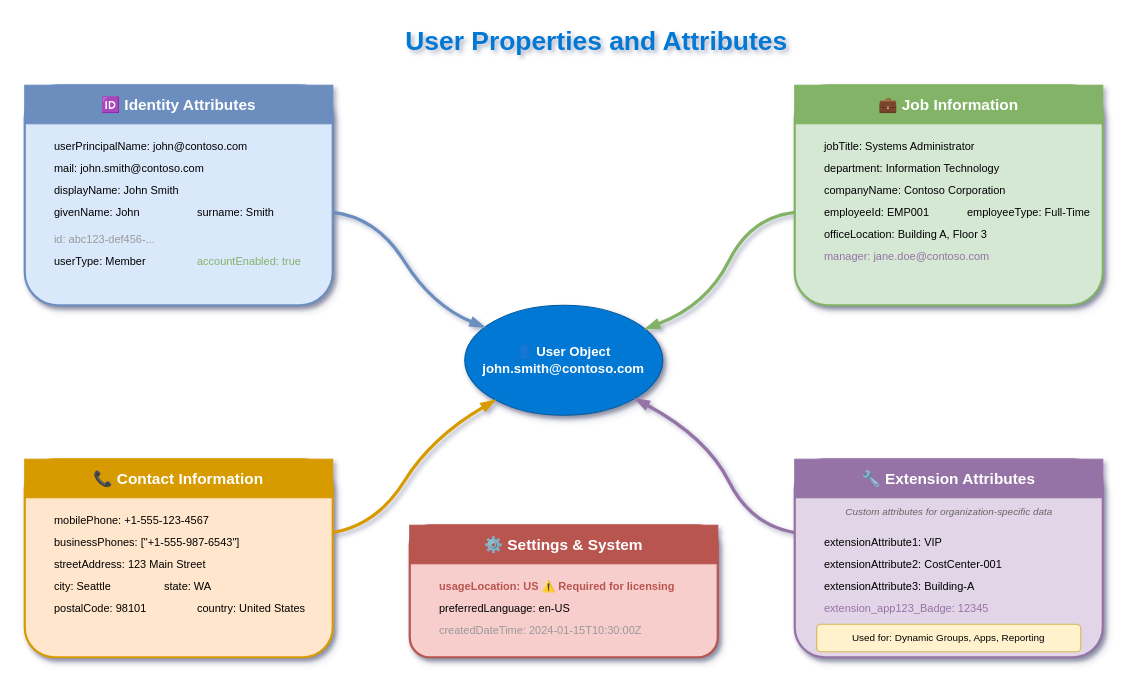
Earlier version of the draw.io diagram lesson-03-user-management/3.3-user-properties/diagram.drawio (MrParkerZ7/document-lesson-ad-entra-x-claude). Source tidied: cells renumbered, new cells numbered last; positions are measured from the earlier drawing's top-left corner, leaving out a move shared by most shapes. Both pictures are drawn from the tidied source at 110%, with x=0, y=0 at pixel (24, 19).
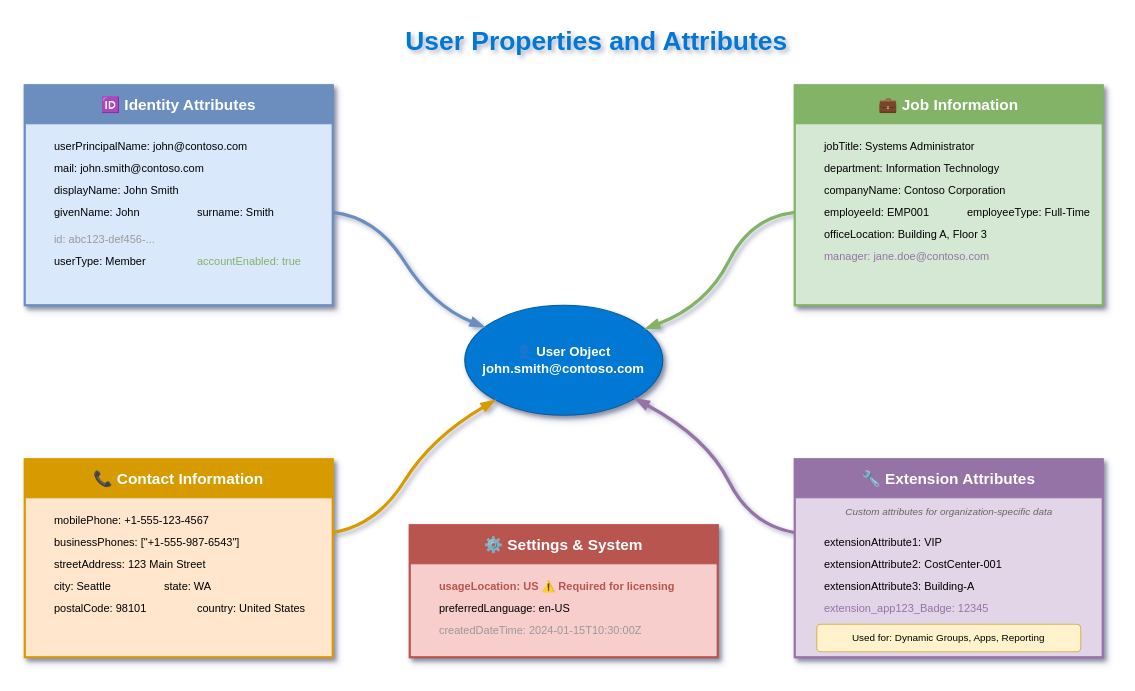
Above is the later version.

Diff of the diagram source:
```diff
@@
-    <mxCell id="4" style="rounded=1;whiteSpace=wrap;html=1;fillColor=#dae8fc;strokeColor=#6c8ebf;strokeWidth=2;shadow=1;" parent="1" vertex="1">
+    <mxCell id="4" style="rounded=0;whiteSpace=wrap;html=1;fillColor=#dae8fc;strokeColor=#6c8ebf;strokeWidth=2;shadow=1;" parent="1" vertex="1">
       <mxGeometry y="60" width="280" height="200" as="geometry" />
     </mxCell>
@@
-    <mxCell id="15" style="rounded=1;whiteSpace=wrap;html=1;fillColor=#d5e8d4;strokeColor=#82b366;strokeWidth=2;shadow=1;" parent="1" vertex="1">
+    <mxCell id="15" style="rounded=0;whiteSpace=wrap;html=1;fillColor=#d5e8d4;strokeColor=#82b366;strokeWidth=2;shadow=1;" parent="1" vertex="1">
       <mxGeometry x="700" y="60" width="280" height="200" as="geometry" />
     </mxCell>
@@
-    <mxCell id="25" style="rounded=1;whiteSpace=wrap;html=1;fillColor=#ffe6cc;strokeColor=#d79b00;strokeWidth=2;shadow=1;" parent="1" vertex="1">
+    <mxCell id="25" style="rounded=0;whiteSpace=wrap;html=1;fillColor=#ffe6cc;strokeColor=#d79b00;strokeWidth=2;shadow=1;" parent="1" vertex="1">
       <mxGeometry y="400" width="280" height="180" as="geometry" />
     </mxCell>
@@
-    <mxCell id="35" style="rounded=1;whiteSpace=wrap;html=1;fillColor=#e1d5e7;strokeColor=#9673a6;strokeWidth=2;shadow=1;" parent="1" vertex="1">
+    <mxCell id="35" style="rounded=0;whiteSpace=wrap;html=1;fillColor=#e1d5e7;strokeColor=#9673a6;strokeWidth=2;shadow=1;" parent="1" vertex="1">
       <mxGeometry x="700" y="400" width="280" height="180" as="geometry" />
     </mxCell>
@@
-    <mxCell id="44" style="rounded=1;whiteSpace=wrap;html=1;fillColor=#f8cecc;strokeColor=#b85450;strokeWidth=2;shadow=1;" parent="1" vertex="1">
+    <mxCell id="44" style="rounded=0;whiteSpace=wrap;html=1;fillColor=#f8cecc;strokeColor=#b85450;strokeWidth=2;shadow=1;" parent="1" vertex="1">
       <mxGeometry x="350" y="460" width="280" height="120" as="geometry" />
     </mxCell>
```
